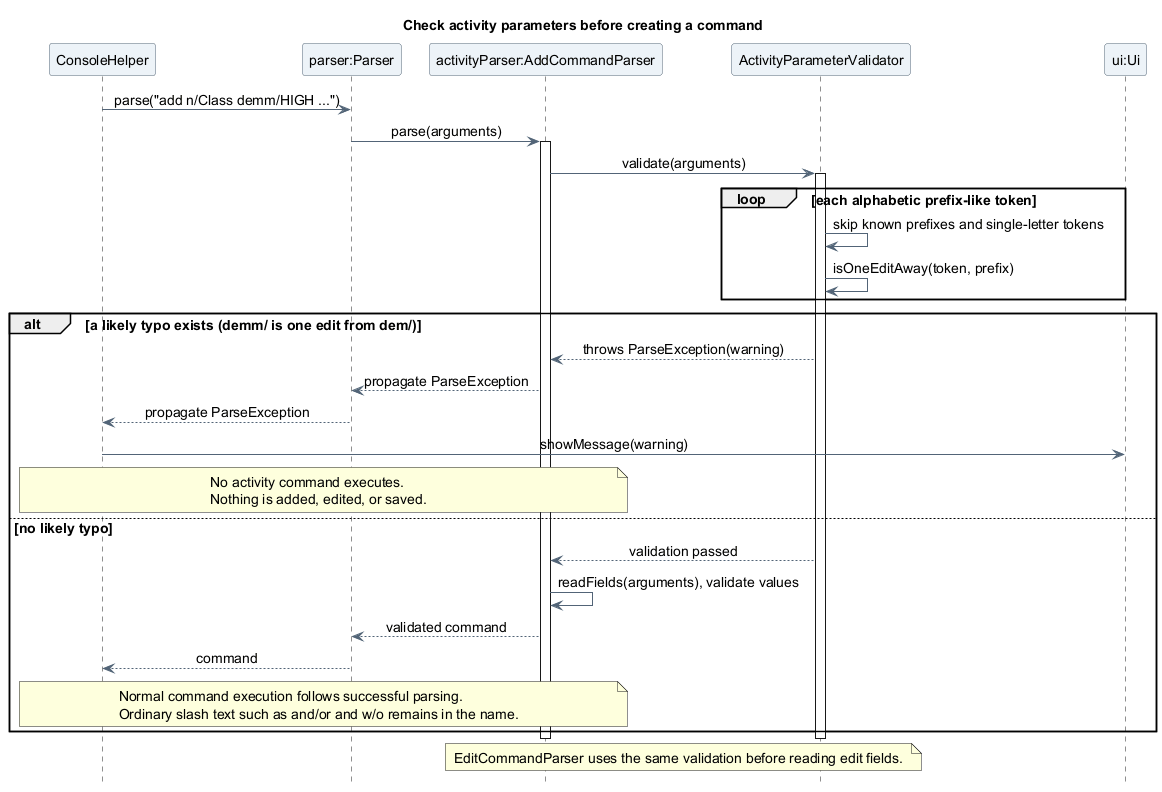
Earlier version of the PlantUML export docs/images/atharva/sequence/ActivityParameterValidationSequence.png (AY2627S1-CS2113-T10-4/tp).
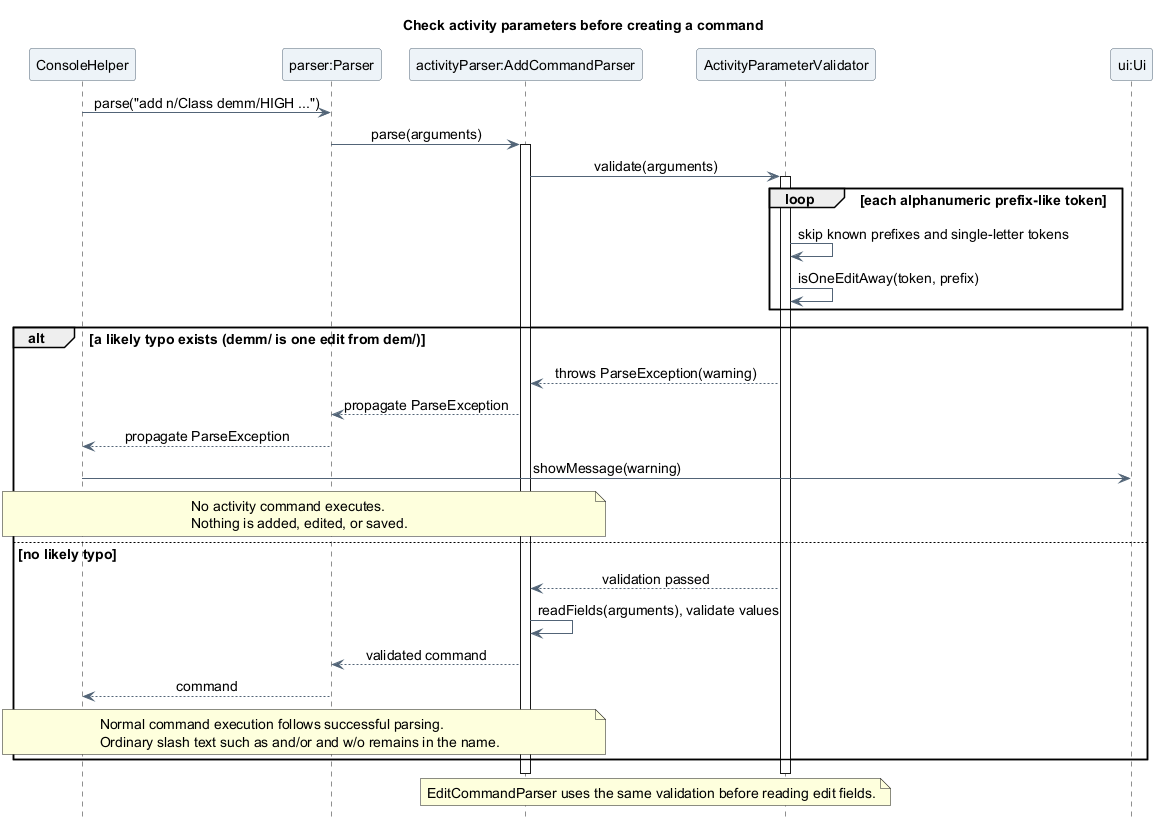
The same file after the commit.

Commit message:
fix(parser): catch digit-containing activity parameter typos

What changed in the source:
```diff
@@ -21,7 +21,7 @@
 activate Fields
 Fields -> Validator : validate(arguments)
 activate Validator
-loop each alphabetic prefix-like token
+loop each alphanumeric prefix-like token
   Validator -> Validator : skip known prefixes and single-letter tokens
   Validator -> Validator : isOneEditAway(token, prefix)
 end
```
